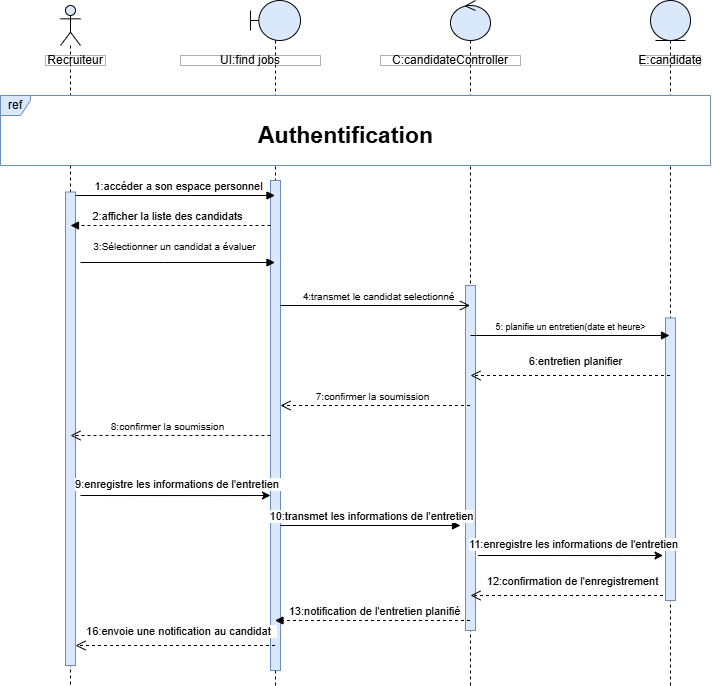
Above: Diagramme sequence Traiter une candidature.drawio.png in chirine1/-project (draw.io), before the change. Source tidied: cells renumbered, new cells last; positions are measured from the earlier drawing's top-left corner, leaving out a move shared by most shapes. Source of this version:
```xml
<mxGraphModel>
  <root>
    <mxCell id="0" />
    <mxCell id="1" parent="0" />
    <mxCell id="2" style="shape=umlLifeline;perimeter=lifelinePerimeter;whiteSpace=wrap;html=1;outlineConnect=0;portConstraint=eastwest;newEdgeStyle={&quot;curved&quot;:0,&quot;rounded&quot;:0};participant=umlBoundary;fillColor=#dae8fc;strokeColor=default;" parent="1" vertex="1">
      <mxGeometry x="250" width="50" height="685" as="geometry" />
    </mxCell>
    <mxCell id="3" style="html=1;points=[[0,0,0,0,5],[0,1,0,0,-5],[1,0,0,0,5],[1,1,0,0,-5]];perimeter=orthogonalPerimeter;outlineConnect=0;targetShapes=umlLifeline;portConstraint=eastwest;newEdgeStyle={&quot;curved&quot;:0,&quot;rounded&quot;:0};fillColor=#dae8fc;strokeColor=#6c8ebf;" parent="2" vertex="1">
      <mxGeometry x="20" y="180" width="10" height="490" as="geometry" />
    </mxCell>
    <mxCell id="4" style="shape=umlLifeline;perimeter=lifelinePerimeter;whiteSpace=wrap;html=1;outlineConnect=0;portConstraint=eastwest;newEdgeStyle={&quot;curved&quot;:0,&quot;rounded&quot;:0};participant=umlEntity;fillColor=#dae8fc;strokeColor=default;" parent="1" vertex="1">
      <mxGeometry x="650" width="40" height="685" as="geometry" />
    </mxCell>
    <mxCell id="5" style="html=1;perimeter=orthogonalPerimeter;targetShapes=umlLifeline;newEdgeStyle={&quot;curved&quot;:0,&quot;rounded&quot;:0};fillColor=#dae8fc;strokeColor=#6c8ebf;" parent="4" vertex="1">
      <mxGeometry x="15" y="317.5" width="10" height="282.5" as="geometry" />
    </mxCell>
    <mxCell id="6" style="shape=umlLifeline;perimeter=lifelinePerimeter;whiteSpace=wrap;html=1;outlineConnect=0;portConstraint=eastwest;newEdgeStyle={&quot;curved&quot;:0,&quot;rounded&quot;:0};participant=umlControl;fillColor=#dae8fc;strokeColor=default;" parent="1" vertex="1">
      <mxGeometry x="450" width="40" height="685" as="geometry" />
    </mxCell>
    <mxCell id="7" style="html=1;perimeter=orthogonalPerimeter;targetShapes=umlLifeline;newEdgeStyle={&quot;curved&quot;:0,&quot;rounded&quot;:0};fillColor=#dae8fc;strokeColor=#6c8ebf;" parent="6" vertex="1">
      <mxGeometry x="15" y="285" width="10" height="345" as="geometry" />
    </mxCell>
    <mxCell id="8" style="shape=umlLifeline;perimeter=lifelinePerimeter;whiteSpace=wrap;html=1;newEdgeStyle={&quot;curved&quot;:0,&quot;rounded&quot;:0};participant=umlActor;fillColor=#dae8fc;strokeColor=default;" parent="1" vertex="1">
      <mxGeometry x="60" y="5" width="20" height="680" as="geometry" />
    </mxCell>
    <mxCell id="9" style="html=1;points=[[0,0,0,0,5],[0,1,0,0,-5],[1,0,0,0,5],[1,1,0,0,-5]];perimeter=orthogonalPerimeter;outlineConnect=0;targetShapes=umlLifeline;portConstraint=eastwest;newEdgeStyle={&quot;curved&quot;:0,&quot;rounded&quot;:0};fillColor=#dae8fc;strokeColor=#6c8ebf;" parent="8" vertex="1">
      <mxGeometry x="5" y="186.5" width="10" height="473.5" as="geometry" />
    </mxCell>
    <mxCell id="10" value="6:entretien planifier" style="html=1;verticalAlign=bottom;endArrow=open;dashed=1;endSize=8;curved=0;rounded=0;" parent="1" edge="1" source="4">
      <mxGeometry x="-0.05" y="-5" relative="1" as="geometry">
        <mxPoint x="470" y="375" as="targetPoint" />
      </mxGeometry>
    </mxCell>
    <mxCell id="11" value="2:afficher la liste des candidats" style="html=1;verticalAlign=bottom;endArrow=block;curved=0;rounded=0;dashed=1;" parent="1" edge="1" source="3">
      <mxGeometry x="0.03" relative="1" as="geometry">
        <mxPoint x="70" y="225" as="targetPoint" />
      </mxGeometry>
    </mxCell>
    <mxCell id="12" value="Recruiteur" style="html=1;whiteSpace=wrap;opacity=30;gradientColor=none;fillColor=default;fillStyle=auto;rounded=0;" parent="1" vertex="1">
      <mxGeometry x="45" y="55" width="60" height="10" as="geometry" />
    </mxCell>
    <mxCell id="13" value="UI:find jobs" style="html=1;whiteSpace=wrap;opacity=30;gradientColor=none;fillColor=default;fillStyle=auto;rounded=0;" parent="1" vertex="1">
      <mxGeometry x="180" y="55" width="140" height="10" as="geometry" />
    </mxCell>
    <mxCell id="14" value="C:candidateController" style="html=1;whiteSpace=wrap;opacity=30;gradientColor=none;fillColor=default;fillStyle=auto;rounded=0;" parent="1" vertex="1">
      <mxGeometry x="380" y="55" width="140" height="10" as="geometry" />
    </mxCell>
    <mxCell id="15" value="E:candidate" style="html=1;whiteSpace=wrap;opacity=30;gradientColor=none;fillColor=default;fillStyle=auto;rounded=0;" parent="1" vertex="1">
      <mxGeometry x="640" y="55" width="60" height="10" as="geometry" />
    </mxCell>
    <mxCell id="16" value="1:accéder a son espace personnel" style="html=1;verticalAlign=bottom;endArrow=block;curved=0;rounded=0;" parent="1" edge="1" target="2">
      <mxGeometry x="0.03" relative="1" as="geometry">
        <mxPoint x="75" y="195" as="sourcePoint" />
        <Array as="points">
          <mxPoint x="190" y="195" />
        </Array>
      </mxGeometry>
    </mxCell>
    <mxCell id="17" value="ref" style="shape=umlFrame;whiteSpace=wrap;html=1;fillColor=#dae8fc;strokeColor=#6c8ebf;width=30;height=20;swimlaneFillColor=default;" parent="1" vertex="1">
      <mxGeometry y="95" width="710" height="70" as="geometry" />
    </mxCell>
    <mxCell id="18" value="&lt;font style=&quot;font-size: 10px;&quot;&gt;&lt;font style=&quot;font-size: 10px;&quot;&gt;3:&lt;/font&gt;&lt;font style=&quot;font-size: 10px;&quot;&gt;Sélectionner un candidat a évaluer&lt;/font&gt;&lt;/font&gt;" style="html=1;verticalAlign=bottom;endArrow=block;curved=0;rounded=0;" parent="1" edge="1" target="2">
      <mxGeometry x="-0.03" y="7" relative="1" as="geometry">
        <mxPoint x="80" y="262" as="sourcePoint" />
        <Array as="points">
          <mxPoint x="163.1" y="262" />
        </Array>
      </mxGeometry>
    </mxCell>
    <mxCell id="19" value="&lt;font style=&quot;font-size: 23px;&quot;&gt;Authentification&lt;/font&gt;" style="text;html=1;align=center;verticalAlign=middle;strokeColor=none;fillColor=default;gradientColor=none;rounded=0;glass=0;shadow=0;fontStyle=1;" parent="1" vertex="1">
      <mxGeometry x="255" y="115" width="180" height="40" as="geometry" />
    </mxCell>
    <mxCell id="20" style="edgeStyle=orthogonalEdgeStyle;rounded=0;orthogonalLoop=1;jettySize=auto;html=1;curved=0;" parent="1" edge="1">
      <mxGeometry relative="1" as="geometry">
        <mxPoint x="80" y="495" as="sourcePoint" />
        <mxPoint x="270" y="495" as="targetPoint" />
        <Array as="points">
          <mxPoint x="220.6" y="495" />
          <mxPoint x="220.6" y="495" />
        </Array>
      </mxGeometry>
    </mxCell>
    <mxCell id="21" value="9:enregistre les informations de l'entretien&amp;nbsp;" style="edgeLabel;html=1;align=center;verticalAlign=middle;" parent="20" vertex="1">
      <mxGeometry x="-0.03" y="-1" relative="1" as="geometry">
        <mxPoint x="6" y="-13" as="offset" />
      </mxGeometry>
    </mxCell>
    <mxCell id="22" value="&lt;font style=&quot;font-size: 9px;&quot;&gt;5: planifie un entretien(date et heure&amp;gt;&lt;/font&gt;" style="html=1;verticalAlign=bottom;endArrow=block;curved=0;rounded=0;" parent="1" edge="1">
      <mxGeometry relative="1" as="geometry">
        <mxPoint x="470" y="335" as="sourcePoint" />
        <mxPoint x="669" y="335" as="targetPoint" />
      </mxGeometry>
    </mxCell>
    <mxCell id="23" value="10:transmet les informations de l'entretien" style="html=1;verticalAlign=bottom;endArrow=block;curved=0;rounded=0;" parent="1" edge="1">
      <mxGeometry relative="1" as="geometry">
        <mxPoint x="280" y="525" as="sourcePoint" />
        <mxPoint x="460" y="525" as="targetPoint" />
        <Array as="points">
          <mxPoint x="370.6" y="525" />
        </Array>
      </mxGeometry>
    </mxCell>
    <mxCell id="24" value="&lt;div style=&quot;text-align: left;&quot;&gt;12:confirmation de l'enregistrement&lt;/div&gt;" style="html=1;verticalAlign=bottom;endArrow=open;dashed=1;endSize=8;curved=0;rounded=0;" parent="1" edge="1">
      <mxGeometry x="-0.06" y="-5" relative="1" as="geometry">
        <mxPoint x="662.5" y="595" as="sourcePoint" />
        <mxPoint x="470" y="595" as="targetPoint" />
      </mxGeometry>
    </mxCell>
    <mxCell id="25" value="&lt;font style=&quot;font-size: 10px;&quot;&gt;7:confirmer la soumission&lt;/font&gt;" style="html=1;verticalAlign=bottom;endArrow=open;dashed=1;endSize=8;curved=0;rounded=0;" parent="1" edge="1" source="6">
      <mxGeometry x="0.03" relative="1" as="geometry">
        <mxPoint x="280" y="405" as="targetPoint" />
      </mxGeometry>
    </mxCell>
    <mxCell id="26" value="&lt;font style=&quot;font-size: 10px;&quot;&gt;4:transmet le candidat selectionné&lt;/font&gt;" style="html=1;verticalAlign=bottom;endArrow=open;endSize=8;curved=0;rounded=0;" parent="1" edge="1" target="6">
      <mxGeometry x="0.03" relative="1" as="geometry">
        <mxPoint x="280" y="305" as="sourcePoint" />
      </mxGeometry>
    </mxCell>
    <mxCell id="27" style="edgeStyle=orthogonalEdgeStyle;rounded=0;orthogonalLoop=1;jettySize=auto;html=1;curved=0;" parent="1" edge="1">
      <mxGeometry relative="1" as="geometry">
        <mxPoint x="477.5" y="555" as="sourcePoint" />
        <mxPoint x="662.5" y="555" as="targetPoint" />
        <Array as="points">
          <mxPoint x="623" y="555" />
          <mxPoint x="623" y="555" />
        </Array>
      </mxGeometry>
    </mxCell>
    <mxCell id="28" value="11:enregistre les informations de l'entretien" style="edgeLabel;html=1;align=center;verticalAlign=middle;" parent="27" vertex="1">
      <mxGeometry x="-0.03" y="-1" relative="1" as="geometry">
        <mxPoint x="6" y="-13" as="offset" />
      </mxGeometry>
    </mxCell>
    <mxCell id="29" value="&lt;font style=&quot;font-size: 10px;&quot;&gt;8:confirmer la soumission&lt;/font&gt;" style="html=1;verticalAlign=bottom;endArrow=open;dashed=1;endSize=8;curved=0;rounded=0;" parent="1" edge="1">
      <mxGeometry x="0.03" relative="1" as="geometry">
        <mxPoint x="270" y="435" as="sourcePoint" />
        <mxPoint x="70" y="435" as="targetPoint" />
      </mxGeometry>
    </mxCell>
    <mxCell id="30" value="13:notification de l'entretien planifié" style="html=1;verticalAlign=bottom;endArrow=block;curved=0;rounded=0;dashed=1;" parent="1" edge="1" source="6" target="2">
      <mxGeometry x="-0.02" relative="1" as="geometry">
        <Array as="points">
          <mxPoint x="343.1" y="620" />
        </Array>
      </mxGeometry>
    </mxCell>
    <mxCell id="31" value="&lt;div style=&quot;text-align: left;&quot;&gt;16:envoie une notification au candidat&amp;nbsp;&amp;nbsp;&lt;/div&gt;" style="html=1;verticalAlign=bottom;endArrow=open;dashed=1;endSize=8;curved=0;rounded=0;" parent="1" edge="1" source="2" target="9">
      <mxGeometry x="-0.06" y="-5" relative="1" as="geometry">
        <Array as="points">
          <mxPoint x="140" y="645" />
        </Array>
      </mxGeometry>
    </mxCell>
  </root>
</mxGraphModel>
```
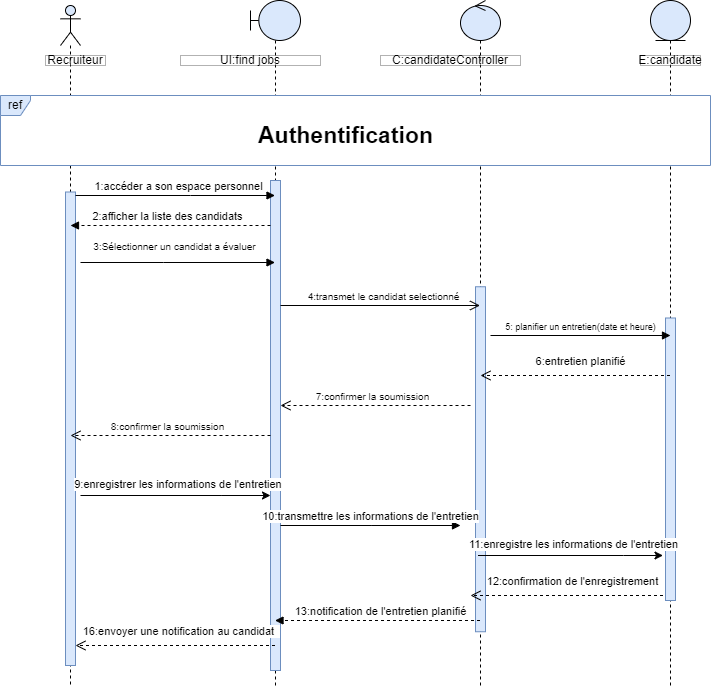
Later version of the same file.

Commit message:
Mettre à jour Diagramme sequence Traiter une candidature.drawio.png

What changed in the source:
```diff
@@ -15,10 +15,10 @@
       <mxGeometry x="15" y="317.5" width="10" height="282.5" as="geometry" />
     </mxCell>
     <mxCell id="6" style="shape=umlLifeline;perimeter=lifelinePerimeter;whiteSpace=wrap;html=1;outlineConnect=0;portConstraint=eastwest;newEdgeStyle={&quot;curved&quot;:0,&quot;rounded&quot;:0};participant=umlControl;fillColor=#dae8fc;strokeColor=default;" parent="1" vertex="1">
-      <mxGeometry x="450" width="40" height="685" as="geometry" />
+      <mxGeometry x="460" width="40" height="685" as="geometry" />
     </mxCell>
     <mxCell id="7" style="html=1;perimeter=orthogonalPerimeter;targetShapes=umlLifeline;newEdgeStyle={&quot;curved&quot;:0,&quot;rounded&quot;:0};fillColor=#dae8fc;strokeColor=#6c8ebf;" parent="6" vertex="1">
-      <mxGeometry x="15" y="285" width="10" height="345" as="geometry" />
+      <mxGeometry x="15" y="286.2" width="10" height="345" as="geometry" />
     </mxCell>
     <mxCell id="8" style="shape=umlLifeline;perimeter=lifelinePerimeter;whiteSpace=wrap;html=1;newEdgeStyle={&quot;curved&quot;:0,&quot;rounded&quot;:0};participant=umlActor;fillColor=#dae8fc;strokeColor=default;" parent="1" vertex="1">
       <mxGeometry x="60" y="5" width="20" height="680" as="geometry" />
@@ -26,9 +26,9 @@
     <mxCell id="9" style="html=1;points=[[0,0,0,0,5],[0,1,0,0,-5],[1,0,0,0,5],[1,1,0,0,-5]];perimeter=orthogonalPerimeter;outlineConnect=0;targetShapes=umlLifeline;portConstraint=eastwest;newEdgeStyle={&quot;curved&quot;:0,&quot;rounded&quot;:0};fillColor=#dae8fc;strokeColor=#6c8ebf;" parent="8" vertex="1">
       <mxGeometry x="5" y="186.5" width="10" height="473.5" as="geometry" />
     </mxCell>
-    <mxCell id="10" value="6:entretien planifier" style="html=1;verticalAlign=bottom;endArrow=open;dashed=1;endSize=8;curved=0;rounded=0;" parent="1" edge="1" source="4">
+    <mxCell id="10" value="6:entretien planifié" style="html=1;verticalAlign=bottom;endArrow=open;dashed=1;endSize=8;curved=0;rounded=0;" parent="1" edge="1" source="4">
       <mxGeometry x="-0.05" y="-5" relative="1" as="geometry">
-        <mxPoint x="470" y="375" as="targetPoint" />
+        <mxPoint x="480" y="375" as="targetPoint" />
       </mxGeometry>
     </mxCell>
     <mxCell id="11" value="2:afficher la liste des candidats" style="html=1;verticalAlign=bottom;endArrow=block;curved=0;rounded=0;dashed=1;" parent="1" edge="1" source="3">
@@ -80,18 +80,18 @@
         </Array>
       </mxGeometry>
     </mxCell>
-    <mxCell id="21" value="9:enregistre les informations de l'entretien&amp;nbsp;" style="edgeLabel;html=1;align=center;verticalAlign=middle;" parent="20" vertex="1">
+    <mxCell id="21" value="9:enregistrer les informations de l'entretien&amp;nbsp;" style="edgeLabel;html=1;align=center;verticalAlign=middle;" parent="20" vertex="1">
       <mxGeometry x="-0.03" y="-1" relative="1" as="geometry">
         <mxPoint x="6" y="-13" as="offset" />
       </mxGeometry>
     </mxCell>
-    <mxCell id="22" value="&lt;font style=&quot;font-size: 9px;&quot;&gt;5: planifie un entretien(date et heure&amp;gt;&lt;/font&gt;" style="html=1;verticalAlign=bottom;endArrow=block;curved=0;rounded=0;" parent="1" edge="1">
+    <mxCell id="22" value="&lt;font style=&quot;font-size: 9px;&quot;&gt;5: planifier un entretien(date et heure)&lt;/font&gt;" style="html=1;verticalAlign=bottom;endArrow=block;curved=0;rounded=0;" parent="1" edge="1">
       <mxGeometry relative="1" as="geometry">
-        <mxPoint x="470" y="335" as="sourcePoint" />
-        <mxPoint x="669" y="335" as="targetPoint" />
+        <mxPoint x="490" y="335" as="sourcePoint" />
+        <mxPoint x="670" y="335" as="targetPoint" />
       </mxGeometry>
     </mxCell>
-    <mxCell id="23" value="10:transmet les informations de l'entretien" style="html=1;verticalAlign=bottom;endArrow=block;curved=0;rounded=0;" parent="1" edge="1">
+    <mxCell id="23" value="10:transmettre les informations de l'entretien" style="html=1;verticalAlign=bottom;endArrow=block;curved=0;rounded=0;" parent="1" edge="1">
       <mxGeometry relative="1" as="geometry">
         <mxPoint x="280" y="525" as="sourcePoint" />
         <mxPoint x="460" y="525" as="targetPoint" />
@@ -106,8 +106,9 @@
         <mxPoint x="470" y="595" as="targetPoint" />
       </mxGeometry>
     </mxCell>
-    <mxCell id="25" value="&lt;font style=&quot;font-size: 10px;&quot;&gt;7:confirmer la soumission&lt;/font&gt;" style="html=1;verticalAlign=bottom;endArrow=open;dashed=1;endSize=8;curved=0;rounded=0;" parent="1" edge="1" source="6">
+    <mxCell id="25" value="&lt;font style=&quot;font-size: 10px;&quot;&gt;7:confirmer la soumission&lt;/font&gt;" style="html=1;verticalAlign=bottom;endArrow=open;dashed=1;endSize=8;curved=0;rounded=0;" parent="1" edge="1">
       <mxGeometry x="0.03" relative="1" as="geometry">
+        <mxPoint x="470" y="405" as="sourcePoint" />
         <mxPoint x="280" y="405" as="targetPoint" />
       </mxGeometry>
     </mxCell>
@@ -144,7 +145,7 @@
         </Array>
       </mxGeometry>
     </mxCell>
-    <mxCell id="31" value="&lt;div style=&quot;text-align: left;&quot;&gt;16:envoie une notification au candidat&amp;nbsp;&amp;nbsp;&lt;/div&gt;" style="html=1;verticalAlign=bottom;endArrow=open;dashed=1;endSize=8;curved=0;rounded=0;" parent="1" edge="1" source="2" target="9">
+    <mxCell id="31" value="&lt;div style=&quot;text-align: left;&quot;&gt;16:envoyer une notification au candidat&amp;nbsp;&amp;nbsp;&lt;/div&gt;" style="html=1;verticalAlign=bottom;endArrow=open;dashed=1;endSize=8;curved=0;rounded=0;" parent="1" edge="1" source="2" target="9">
       <mxGeometry x="-0.06" y="-5" relative="1" as="geometry">
         <Array as="points">
           <mxPoint x="140" y="645" />
```
